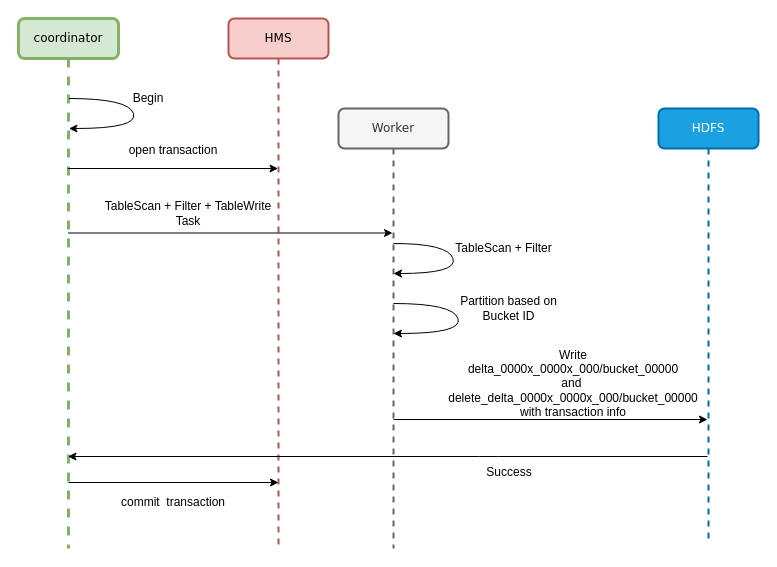
The draw.io diagram UPDATE.drawio in vinayakumarb/myrepo, before the edit. Source tidied: cells renumbered, new cells numbered last; positions are measured from the earlier drawing's top-left corner, leaving out a move shared by most shapes. Both pictures are drawn from the tidied source at 100%, with x=0, y=0 at pixel (18, 18).
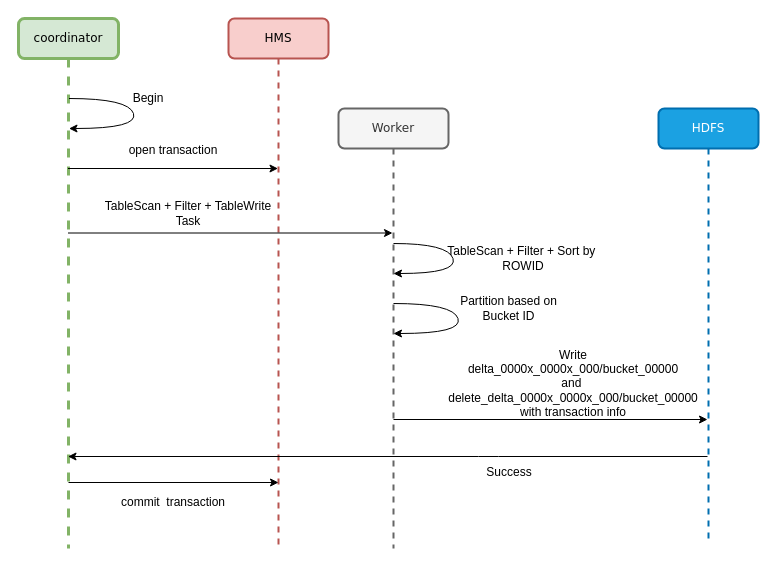
The same diagram, later.

Diff of the diagram source:
```diff
@@
-    <mxCell id="18" value="TableScan + Filter" style="text;html=1;strokeColor=none;fillColor=none;align=center;verticalAlign=middle;whiteSpace=wrap;rounded=0;" parent="1" vertex="1">
-      <mxGeometry x="430" y="220" width="110.5" height="20" as="geometry" />
+    <mxCell id="18" value="TableScan + Filter + Sort by&amp;nbsp; ROWID" style="text;html=1;strokeColor=none;fillColor=none;align=center;verticalAlign=middle;whiteSpace=wrap;rounded=0;" parent="1" vertex="1">
+      <mxGeometry x="420" y="230" width="170" height="20" as="geometry" />
     </mxCell>
```
